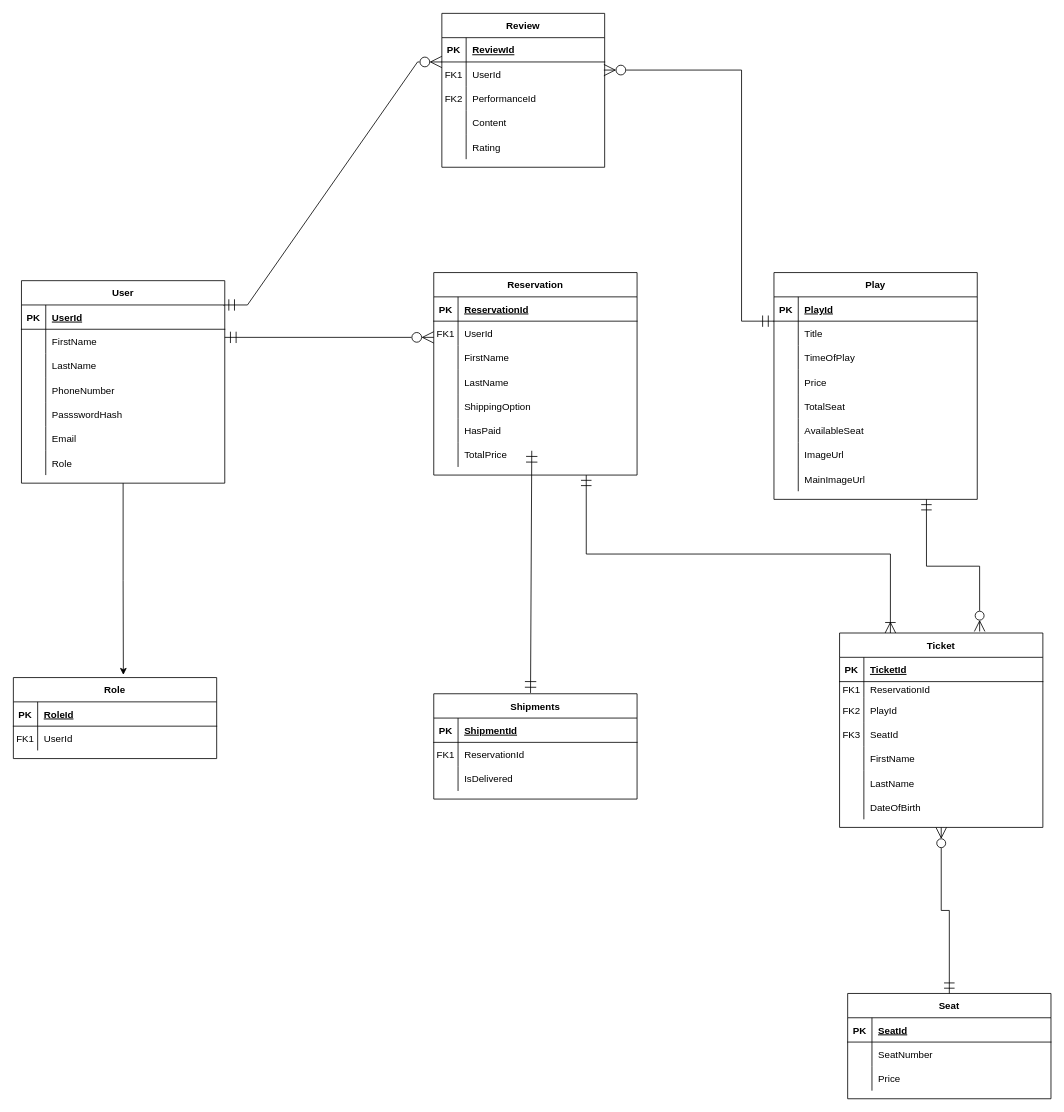
Earlier version of the draw.io diagram Untitled Diagram.drawio (jefsamo/gct-ticketing-system). Source tidied: cells renumbered, new cells numbered last; positions are measured from the earlier drawing's top-left corner, leaving out a move shared by most shapes. Both pictures are drawn from the tidied source at 81%, with x=0, y=0 at pixel (13, 13).
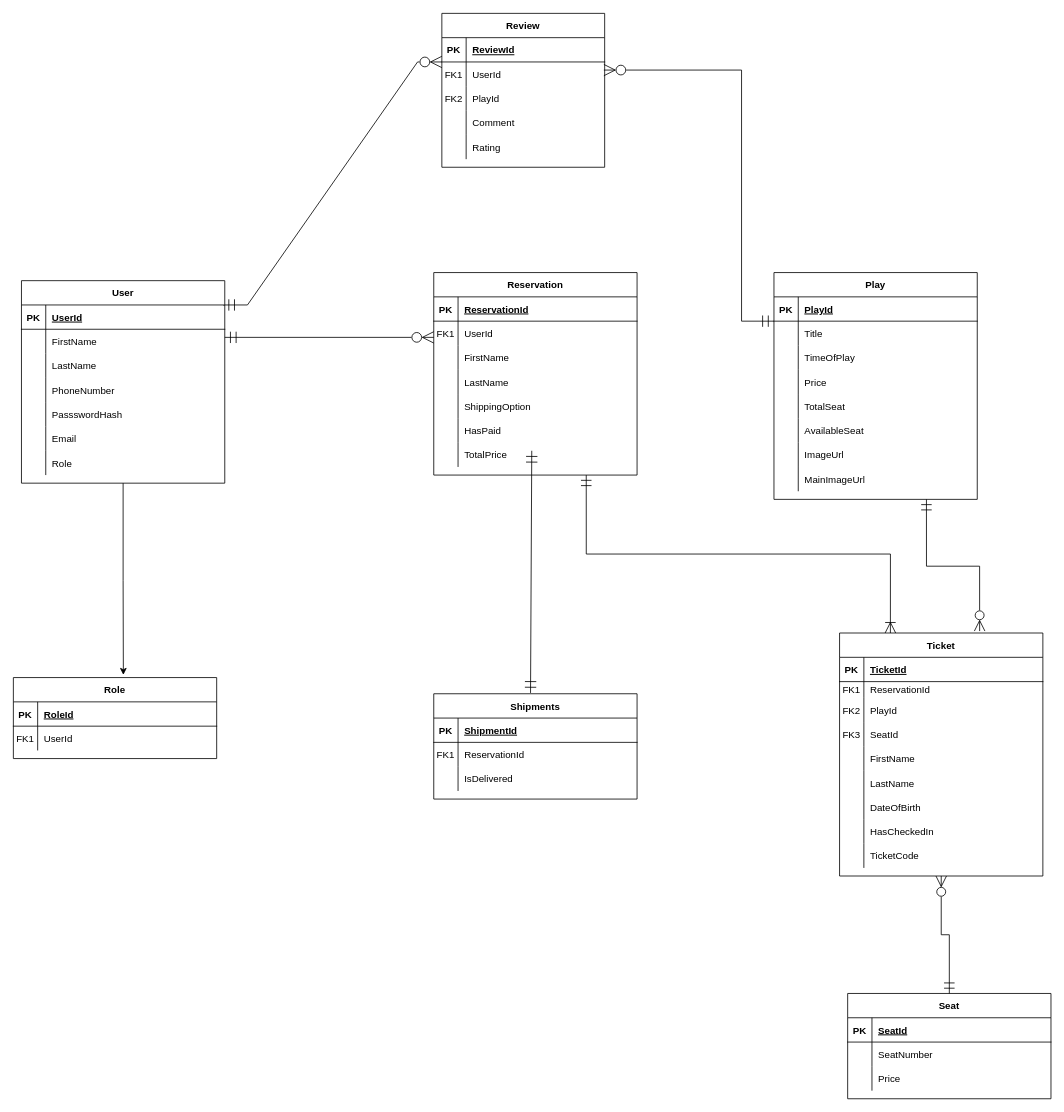
After the change.

Unchanged cells that the change refers to:
```xml
<mxCell id="73" style="shape=partialRectangle;fillColor=none;top=0;left=0;right=0;bottom=0;" parent="66" vertex="1">
  <mxGeometry y="90" width="201" height="30" as="geometry" />
</mxCell>
<mxCell id="76" style="shape=partialRectangle;fillColor=none;top=0;left=0;right=0;bottom=0;" parent="66" vertex="1">
  <mxGeometry y="120" width="201" height="30" as="geometry" />
</mxCell>
```

What changed in the source:
```diff
@@
-    <mxCell id="75" value="PerformanceId" style="shape=partialRectangle;overflow=hidden;fillColor=none;top=0;left=0;bottom=0;right=0;align=left;spacingLeft=6;" parent="73" vertex="1">
+    <mxCell id="75" value="PlayId" style="shape=partialRectangle;overflow=hidden;fillColor=none;top=0;left=0;bottom=0;right=0;align=left;spacingLeft=6;" parent="73" vertex="1">
       <mxGeometry x="30" width="171" height="30" as="geometry" />
     </mxCell>
@@
-    <mxCell id="78" value="Content" style="shape=partialRectangle;overflow=hidden;fillColor=none;top=0;left=0;bottom=0;right=0;align=left;spacingLeft=6;" parent="76" vertex="1">
+    <mxCell id="78" value="Comment" style="shape=partialRectangle;overflow=hidden;fillColor=none;top=0;left=0;bottom=0;right=0;align=left;spacingLeft=6;" parent="76" vertex="1">
       <mxGeometry x="30" width="171" height="30" as="geometry" />
     </mxCell>
@@
     <mxCell id="115" value="Ticket" style="shape=table;startSize=30;childLayout=tableLayout;rowLines=0;fontStyle=1;align=center;" parent="1" vertex="1">
-      <mxGeometry x="1020" y="765" width="251" height="240" as="geometry" />
+      <mxGeometry x="1020" y="765" width="251" height="300" as="geometry" />
     </mxCell>
@@
+    <mxCell id="146" style="shape=partialRectangle;fillColor=none;top=0;left=0;right=0;bottom=0;" parent="115" vertex="1">
+      <mxGeometry y="230" width="251" height="30" as="geometry" />
+    </mxCell>
+    <mxCell id="147" style="shape=partialRectangle;overflow=hidden;fillColor=none;top=0;left=0;bottom=0;right=0;" parent="146" vertex="1">
+      <mxGeometry width="30" height="30" as="geometry" />
+    </mxCell>
+    <mxCell id="148" value="HasCheckedIn" style="shape=partialRectangle;overflow=hidden;fillColor=none;top=0;left=0;bottom=0;right=0;align=left;spacingLeft=6;" parent="146" vertex="1">
+      <mxGeometry x="30" width="221" height="30" as="geometry" />
+    </mxCell>
+    <mxCell id="149" style="shape=partialRectangle;fillColor=none;top=0;left=0;right=0;bottom=0;" parent="115" vertex="1">
+      <mxGeometry y="260" width="251" height="30" as="geometry" />
+    </mxCell>
+    <mxCell id="150" style="shape=partialRectangle;overflow=hidden;fillColor=none;top=0;left=0;bottom=0;right=0;" parent="149" vertex="1">
+      <mxGeometry width="30" height="30" as="geometry" />
+    </mxCell>
+    <mxCell id="151" value="TicketCode" style="shape=partialRectangle;overflow=hidden;fillColor=none;top=0;left=0;bottom=0;right=0;align=left;spacingLeft=6;" parent="149" vertex="1">
+      <mxGeometry x="30" width="221" height="30" as="geometry" />
+    </mxCell>
```
